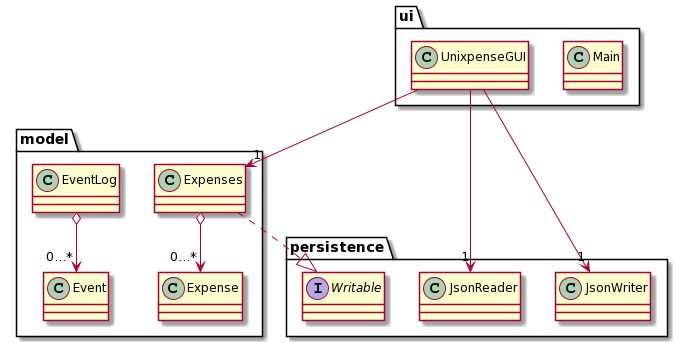
Earlier version of the PlantUML export UML_Design_Diagram.png (chrishadrian/unixpense).
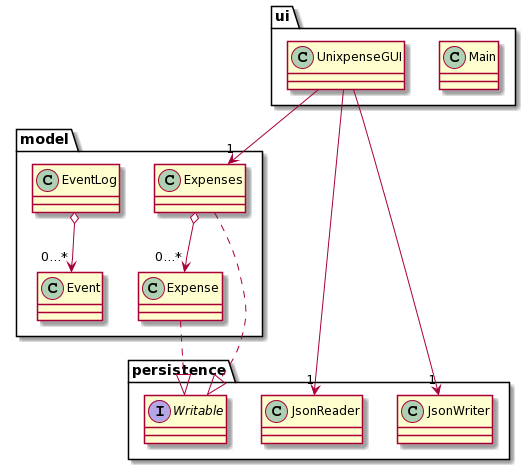
After the change.

Change to the diagram source:
```diff
@@ -22,7 +22,9 @@
 UnixpenseGUI --> "1" Expenses
 
 Expenses ..|> Writable
+Expense ..|> Writable
 Expenses o--> "0...*" Expense
+
 
 EventLog o--> "0...*" Event
 @enduml
```
